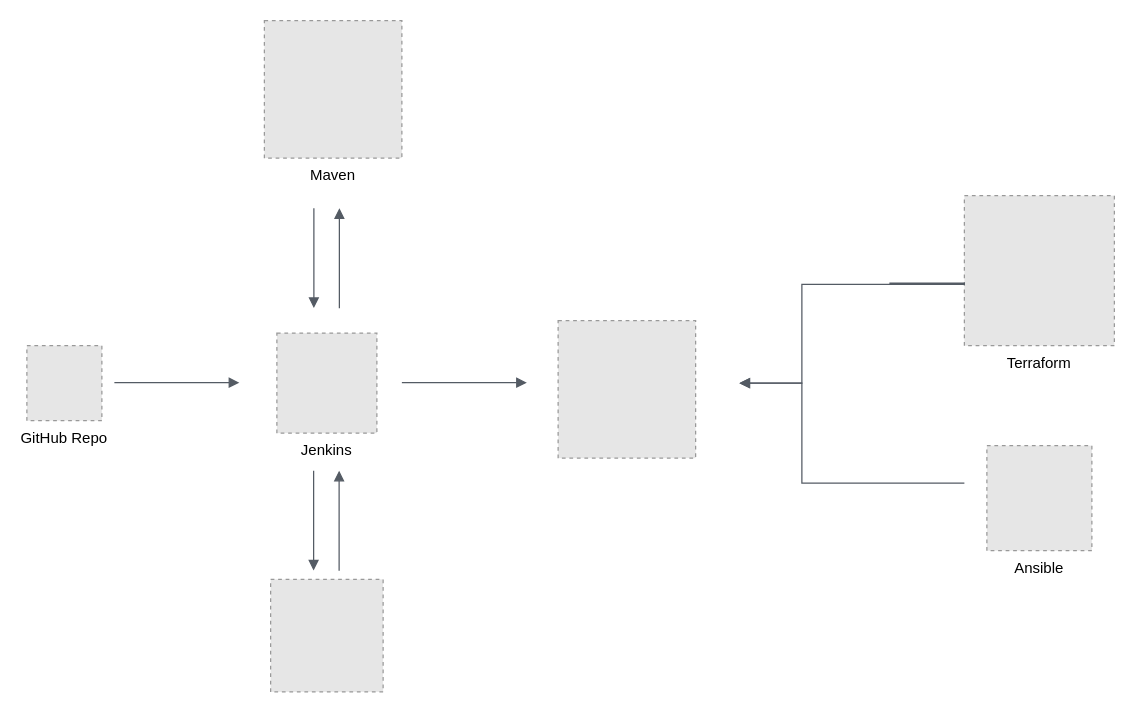
Before: Draw.io-Diagrams/CICD-Diagram.drawio in MuhanedAhmed/Java-Spring-App-CI-CD-Pipeline, a draw.io diagram. Source tidied: cells renumbered, new cells numbered last; positions are measured from the earlier drawing's top-left corner, leaving out a move shared by most shapes. Both pictures are drawn from the tidied source at 125%, with x=0, y=0 at pixel (26, 20). Pictures stored in the file or linked from it are replaced by grey dashed boxes.
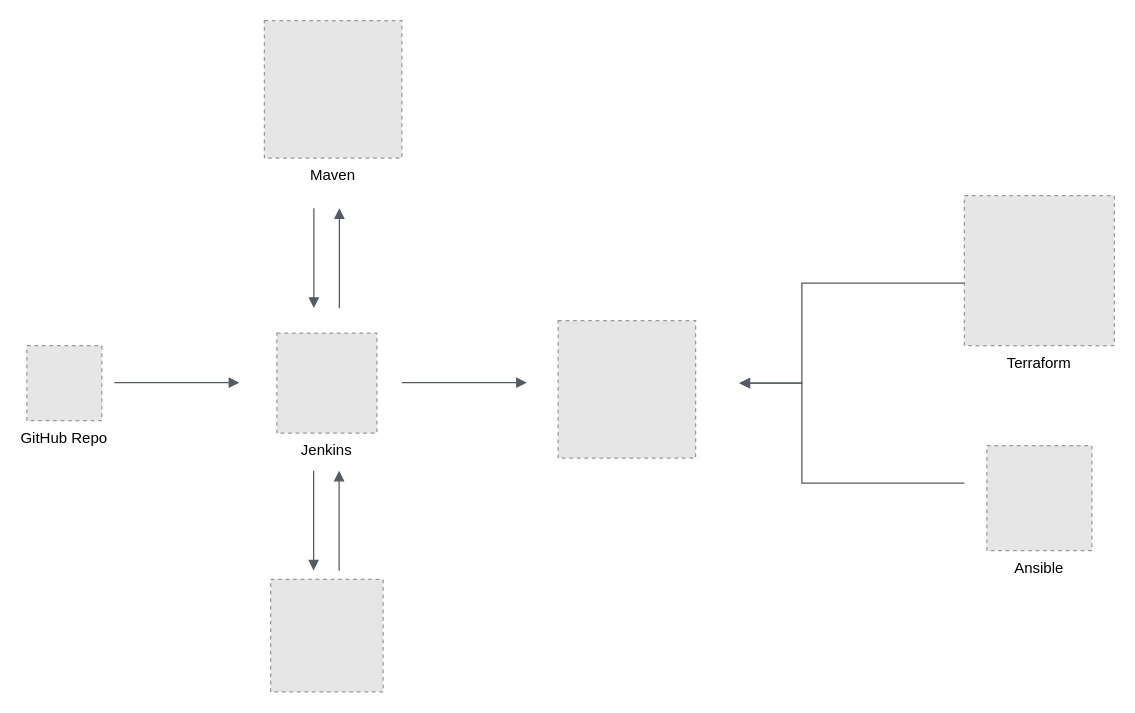
The same diagram, later.

The change refers to these unchanged cells:
```xml
<mxCell id="14" value="Terraform" style="fillColor=#E6E6E6;strokeColor=#999999;dashed=1;verticalLabelPosition=bottom;verticalAlign=top;" parent="1" vertex="1">
  <mxGeometry x="750" y="140" width="120" height="120" as="geometry" />
</mxCell>
```

Diff of the diagram source:
```diff
@@
-    <mxCell id="15" style="edgeStyle=orthogonalEdgeStyle;html=1;endArrow=block;elbow=vertical;startArrow=none;endFill=1;strokeColor=#545B64;rounded=0;" parent="1" edge="1">
+    <mxCell id="15" style="edgeStyle=orthogonalEdgeStyle;html=1;endArrow=block;elbow=vertical;startArrow=none;endFill=1;strokeColor=#545B64;rounded=0;exitX=0;exitY=0.583;exitDx=0;exitDy=0;exitPerimeter=0;" parent="1" edge="1" source="14">
       <mxGeometry relative="1" as="geometry">
-        <mxPoint x="690" y="210" as="sourcePoint" />
         <mxPoint x="570" y="290" as="targetPoint" />
         <Array as="points">
-          <mxPoint x="750" y="210" />
-          <mxPoint x="620" y="211" />
+          <mxPoint x="620" y="210" />
           <mxPoint x="620" y="290" />
         </Array>
       </mxGeometry>
     </mxCell>
```
